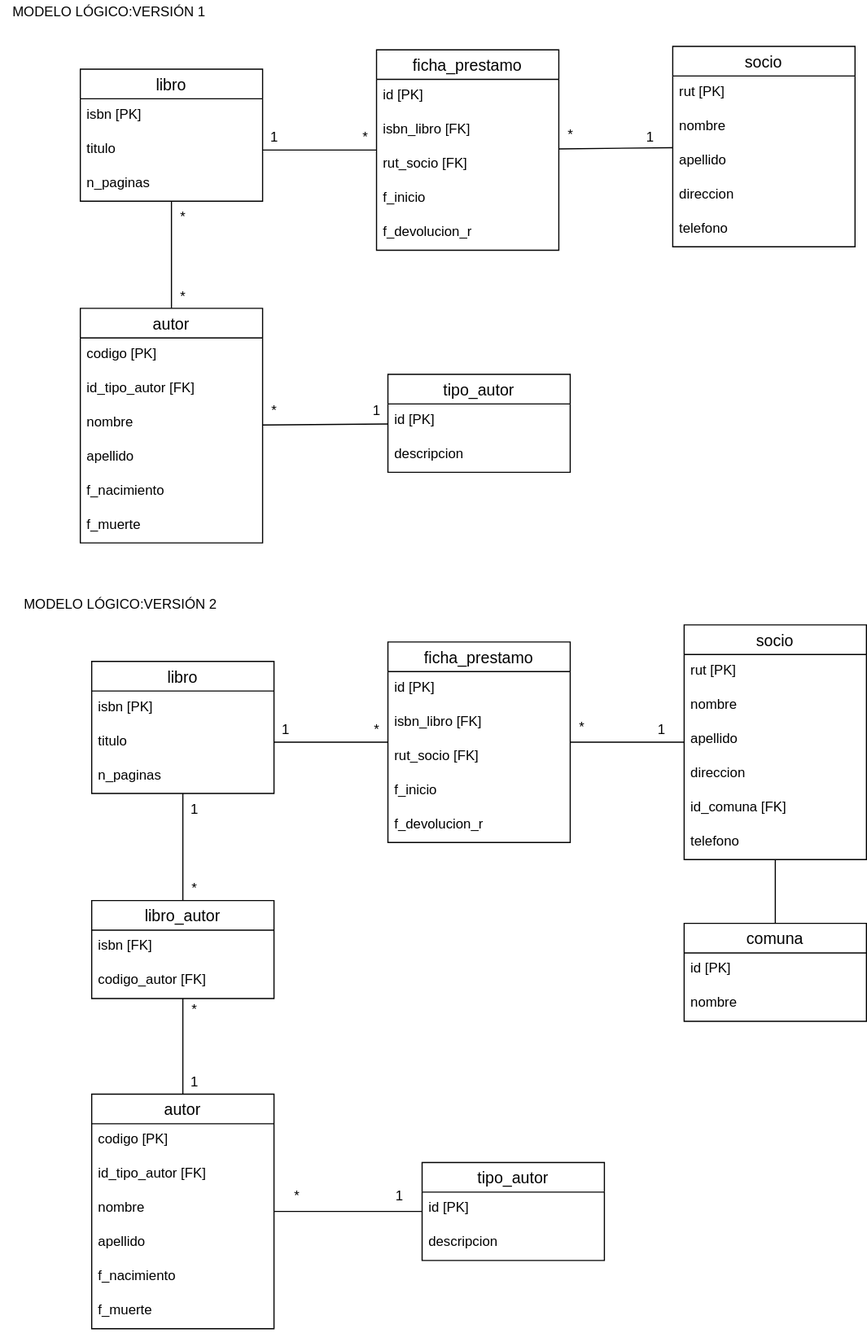
Earlier version of the draw.io export biblioteca_modelo_logico.svg (German-G-M/biblioteca). Source tidied: cells renumbered, new cells last; positions are measured from the earlier drawing's top-left corner, leaving out a move shared by most shapes.
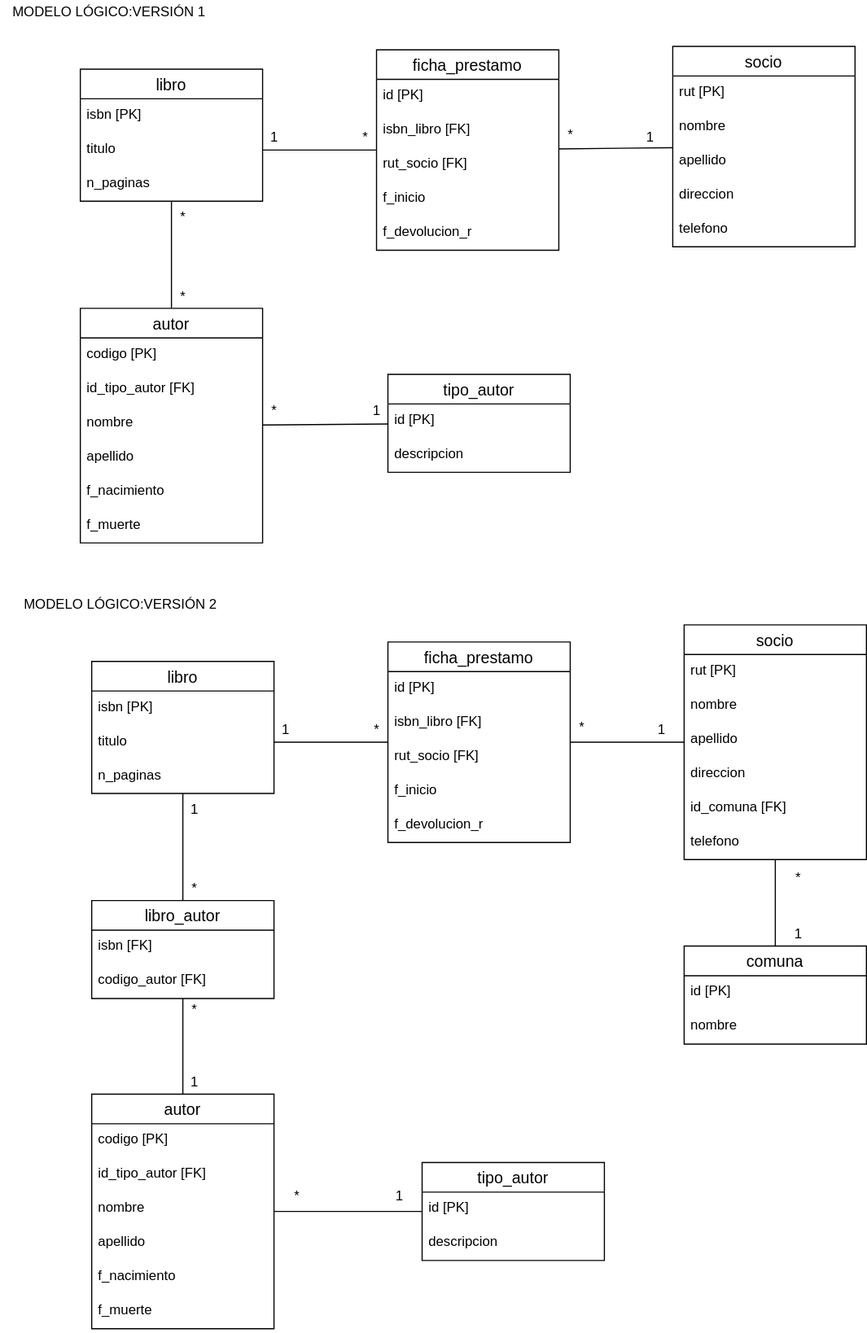
Above is the later version.

Diff of the diagram source:
```diff
@@ -261,7 +261,7 @@
       <mxGeometry relative="1" as="geometry" />
     </mxCell>
     <mxCell id="88" value="comuna" style="swimlane;fontStyle=0;horizontal=1;startSize=26;align=center;fontSize=14;" parent="1" vertex="1">
-      <mxGeometry x="600" y="810" width="160" height="86" as="geometry" />
+      <mxGeometry x="600" y="830" width="160" height="86" as="geometry" />
     </mxCell>
     <mxCell id="89" value="id [PK]" style="text;strokeColor=none;fillColor=none;spacingLeft=4;spacingRight=4;overflow=hidden;fontSize=12;" parent="88" vertex="1">
       <mxGeometry y="26" width="160" height="30" as="geometry" />
@@ -269,5 +269,11 @@
     <mxCell id="90" value="nombre" style="text;strokeColor=none;fillColor=none;spacingLeft=4;spacingRight=4;overflow=hidden;fontSize=12;" parent="88" vertex="1">
       <mxGeometry y="56" width="160" height="30" as="geometry" />
     </mxCell>
+    <mxCell id="91" value="*" style="text;html=1;align=center;verticalAlign=middle;strokeColor=none;fillColor=none;" parent="1" vertex="1">
+      <mxGeometry x="690" y="760" width="20" height="20" as="geometry" />
+    </mxCell>
+    <mxCell id="92" value="1" style="text;html=1;align=center;verticalAlign=middle;strokeColor=none;fillColor=none;" parent="1" vertex="1">
+      <mxGeometry x="690" y="810" width="20" height="20" as="geometry" />
+    </mxCell>
   </root>
 </mxGraphModel>
```
